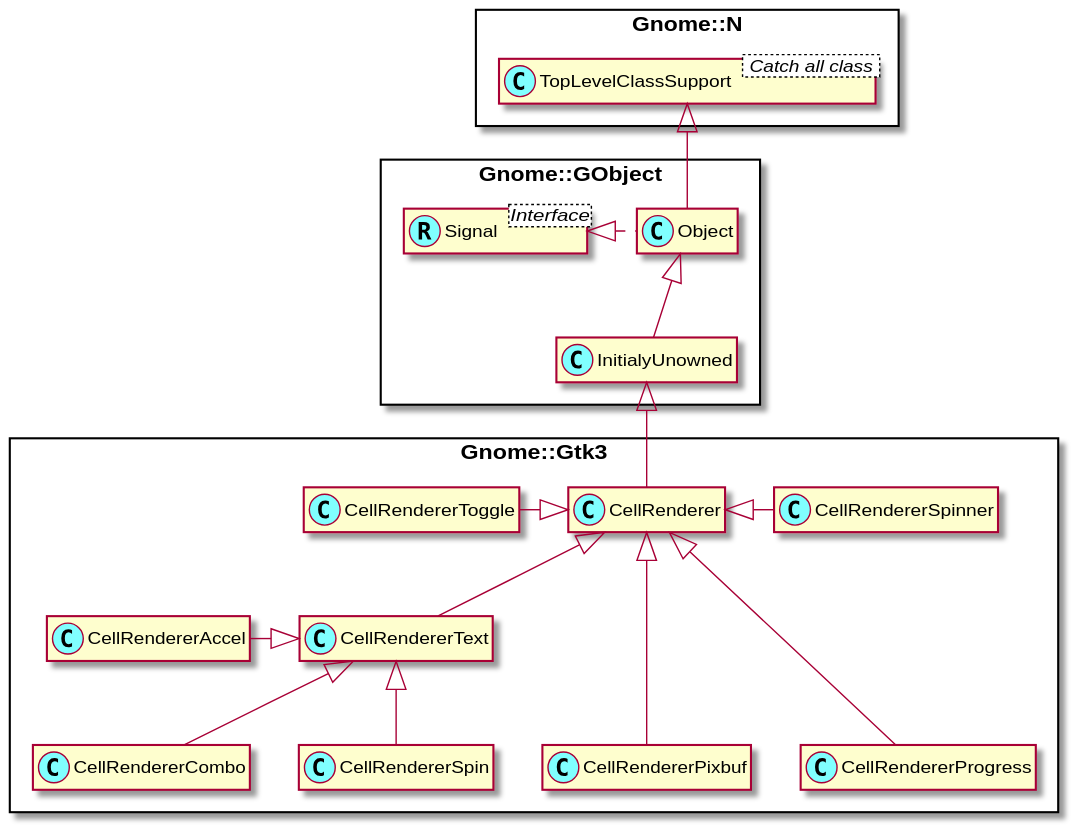
MARTIMM/gnome-gtk3 keeps this PlantUML diagram as docs/content-docs/reference/Gtk3/plantuml/CellRenderer-ea.svg. Above is the earlier version.
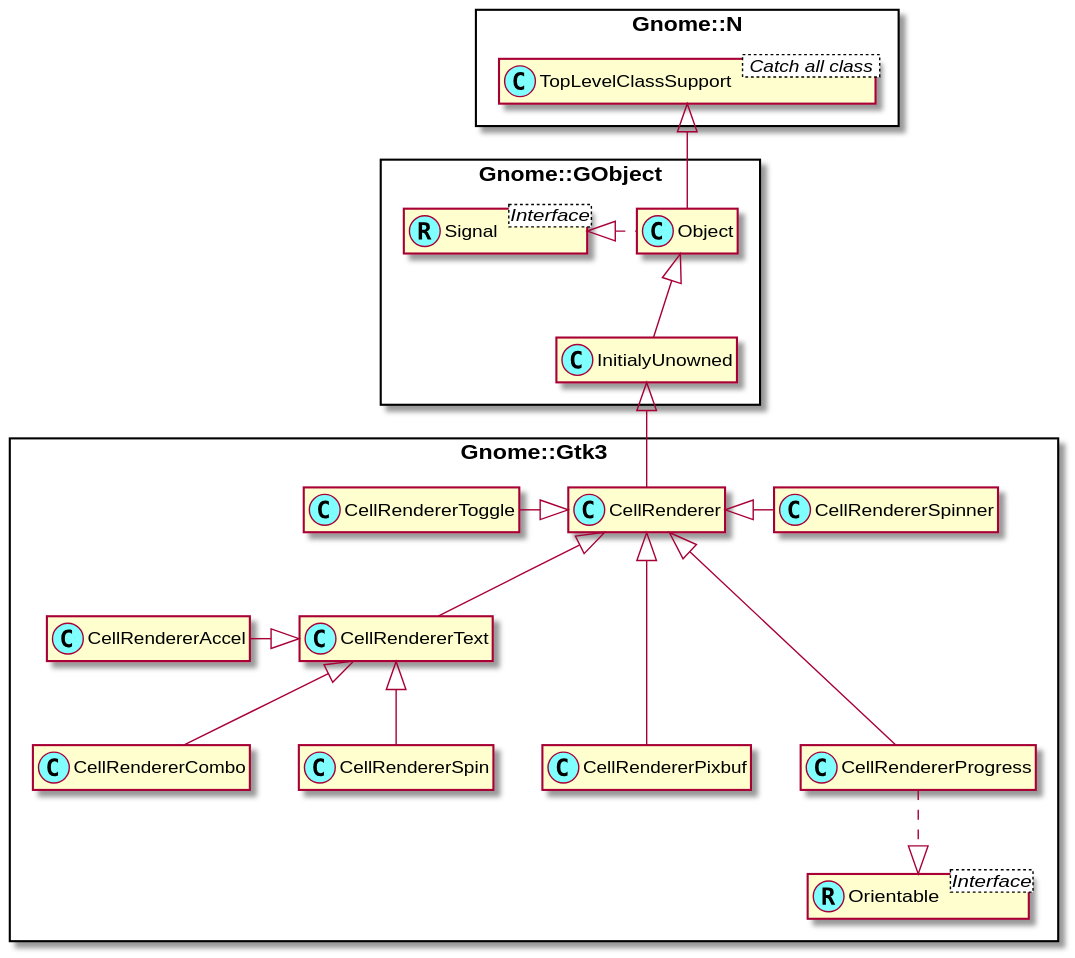
The same diagram one commit later.

Diff of the diagram source:
```diff
@@ -10,6 +10,9 @@
 
 Interface Gnome::GObject::Signal <Interface>
 class Gnome::GObject::Signal <<(R,#80ffff)>>
+
+Interface Gnome::Gtk3::Orientable <Interface>
+class Gnome::Gtk3::Orientable <<(R,#80ffff)>>
 
 Gnome::GObject::Object <|-- Gnome::GObject::InitialyUnowned
 
@@ -27,4 +30,6 @@
 Gnome::Gtk3::CellRendererText <|-left- Gnome::Gtk3::CellRendererAccel
 Gnome::Gtk3::CellRendererText <|-- Gnome::Gtk3::CellRendererCombo
 Gnome::Gtk3::CellRendererText <|-- Gnome::Gtk3::CellRendererSpin
+
+Gnome::Gtk3::CellRendererProgress ..|> Gnome::Gtk3::Orientable
 @enduml
```
